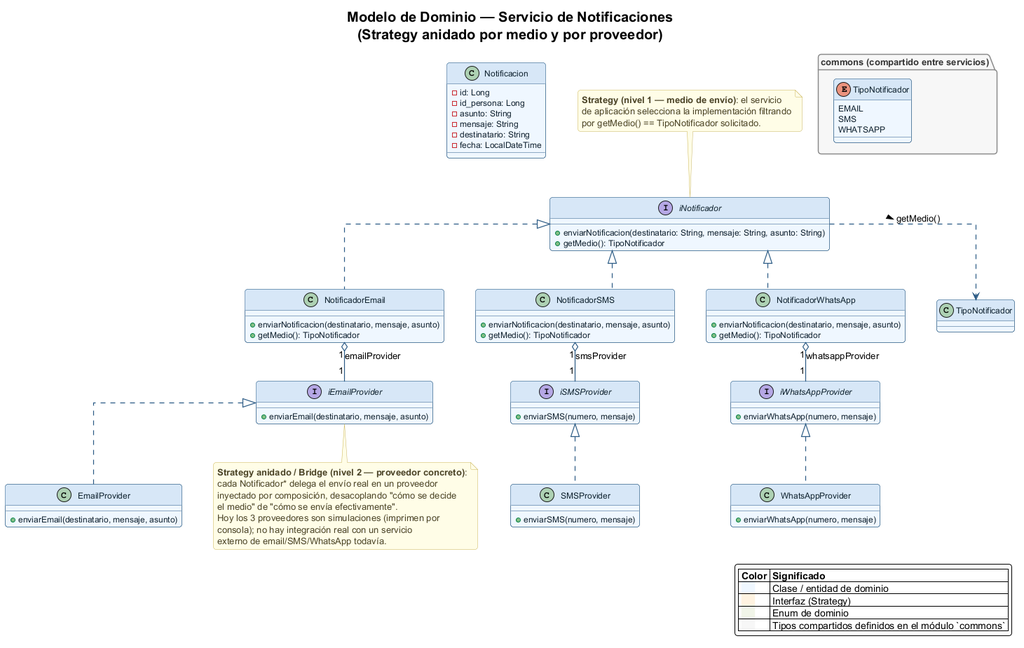
Before: docs/uml/domain/notificaciones.png, a diagram exported from PlantUML (aholman-utn/donatrack).
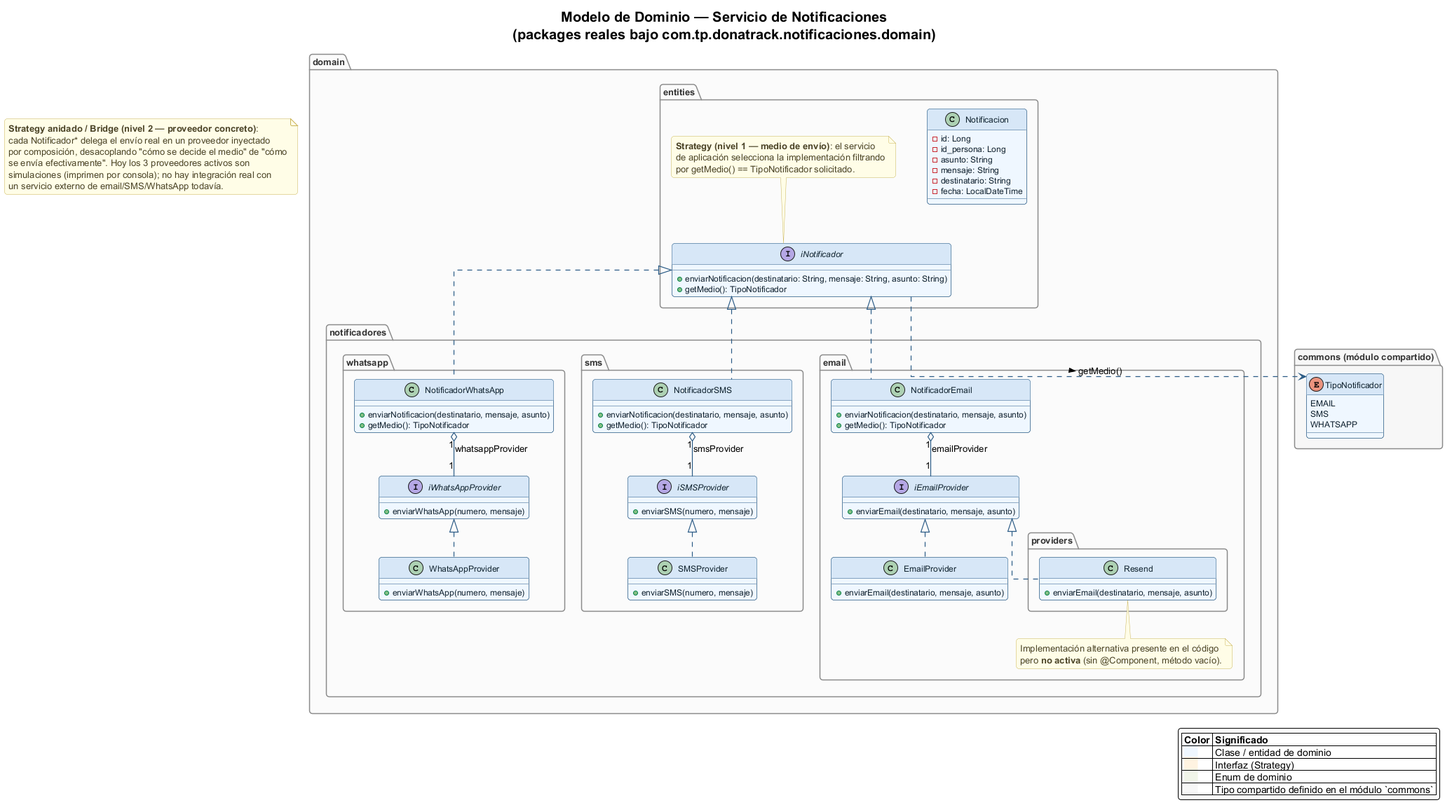
After the change.

Commit message:
estructura package bien definida para los uml

Diff of the diagram source:
```diff
@@ -1,59 +1,92 @@
 @startuml notificaciones
 !include ../_style.puml
 
-title Modelo de Dominio — Servicio de Notificaciones\n(Strategy anidado por medio y por proveedor)
+title Modelo de Dominio — Servicio de Notificaciones\n(packages reales bajo com.tp.donatrack.notificaciones.domain)
 
-class Notificacion {
-    -id: Long
-    -id_persona: Long
-    -asunto: String
-    -mensaje: String
-    -destinatario: String
-    -fecha: LocalDateTime
+package "domain.entities" {
+    class Notificacion {
+        -id: Long
+        -id_persona: Long
+        -asunto: String
+        -mensaje: String
+        -destinatario: String
+        -fecha: LocalDateTime
+    }
+
+    interface iNotificador {
+        +enviarNotificacion(destinatario: String, mensaje: String, asunto: String)
+        +getMedio(): TipoNotificador
+    }
+
+    note top of iNotificador
+        **Strategy (nivel 1 — medio de envío)**: el servicio
+        de aplicación selecciona la implementación filtrando
+        por getMedio() == TipoNotificador solicitado.
+    end note
 }
 
-interface iNotificador {
-    +enviarNotificacion(destinatario: String, mensaje: String, asunto: String)
-    +getMedio(): TipoNotificador
+package "domain.notificadores.email" {
+    interface iEmailProvider {
+        +enviarEmail(destinatario, mensaje, asunto)
+    }
+
+    class NotificadorEmail {
+        +enviarNotificacion(destinatario, mensaje, asunto)
+        +getMedio(): TipoNotificador
+    }
+
+    class EmailProvider {
+        +enviarEmail(destinatario, mensaje, asunto)
+    }
+
+    package "providers" {
+        class Resend {
+            +enviarEmail(destinatario, mensaje, asunto)
+        }
+    }
+
+    note bottom of Resend
+        Implementación alternativa presente en el código
+        pero **no activa** (sin @Component, método vacío).
+    end note
 }
 
-class NotificadorEmail {
-    +enviarNotificacion(destinatario, mensaje, asunto)
-    +getMedio(): TipoNotificador
+package "domain.notificadores.sms" {
+    interface iSMSProvider {
+        +enviarSMS(numero, mensaje)
+    }
+
+    class NotificadorSMS {
+        +enviarNotificacion(destinatario, mensaje, asunto)
+        +getMedio(): TipoNotificador
+    }
+
+    class SMSProvider {
+        +enviarSMS(numero, mensaje)
+    }
 }
 
-class NotificadorSMS {
-    +enviarNotificacion(destinatario, mensaje, asunto)
-    +getMedio(): TipoNotificador
+package "domain.notificadores.whatsapp" {
+    interface iWhatsAppProvider {
+        +enviarWhatsApp(numero, mensaje)
+    }
+
+    class NotificadorWhatsApp {
+        +enviarNotificacion(destinatario, mensaje, asunto)
+        +getMedio(): TipoNotificador
+    }
+
+    class WhatsAppProvider {
+        +enviarWhatsApp(numero, mensaje)
+    }
 }
 
-class NotificadorWhatsApp {
-    +enviarNotificacion(destinatario, mensaje, asunto)
-    +getMedio(): TipoNotificador
-}
-
-interface iEmailProvider {
-    +enviarEmail(destinatario, mensaje, asunto)
-}
-
-interface iSMSProvider {
-    +enviarSMS(numero, mensaje)
-}
-
-interface iWhatsAppProvider {
-    +enviarWhatsApp(numero, mensaje)
-}
-
-class EmailProvider {
-    +enviarEmail(destinatario, mensaje, asunto)
-}
-
-class SMSProvider {
-    +enviarSMS(numero, mensaje)
-}
-
-class WhatsAppProvider {
-    +enviarWhatsApp(numero, mensaje)
+package "commons (módulo compartido)" #F7F7F7 {
+    enum TipoNotificador {
+        EMAIL
+        SMS
+        WHATSAPP
+    }
 }
 
 iNotificador <|.. NotificadorEmail
@@ -61,6 +94,7 @@
 iNotificador <|.. NotificadorWhatsApp
 
 iEmailProvider <|.. EmailProvider
+iEmailProvider <|.. Resend
 iSMSProvider <|.. SMSProvider
 iWhatsAppProvider <|.. WhatsAppProvider
 
@@ -70,28 +104,13 @@
 
 iNotificador ..> TipoNotificador : getMedio() >
 
-package "commons (compartido entre servicios)" #F7F7F7 {
-    enum TipoNotificador {
-        EMAIL
-        SMS
-        WHATSAPP
-    }
-}
-
-note top of iNotificador
-    **Strategy (nivel 1 — medio de envío)**: el servicio
-    de aplicación selecciona la implementación filtrando
-    por getMedio() == TipoNotificador solicitado.
-end note
-
-note bottom of iEmailProvider
+note as N1
     **Strategy anidado / Bridge (nivel 2 — proveedor concreto)**:
-    cada Notificador* delega el envío real en un proveedor
-    inyectado por composición, desacoplando "cómo se decide
-    el medio" de "cómo se envía efectivamente".
-    Hoy los 3 proveedores son simulaciones (imprimen por
-    consola); no hay integración real con un servicio
-    externo de email/SMS/WhatsApp todavía.
+    cada Notificador* delega el envío real en un proveedor inyectado
+    por composición, desacoplando "cómo se decide el medio" de "cómo
+    se envía efectivamente". Hoy los 3 proveedores activos son
+    simulaciones (imprimen por consola); no hay integración real con
+    un servicio externo de email/SMS/WhatsApp todavía.
 end note
 
 legend right
@@ -99,7 +118,7 @@
     | <back:#EFF6FF>     </back> | Clase / entidad de dominio |
     | <back:#FFF3E0>     </back> | Interfaz (Strategy) |
     | <back:#F1F4E8>     </back> | Enum de dominio |
-    | <back:#F7F7F7>     </back> | Tipos compartidos definidos en el módulo `commons` |
+    | <back:#F7F7F7>     </back> | Tipo compartido definido en el módulo `commons` |
 endlegend
 
 @enduml
```
